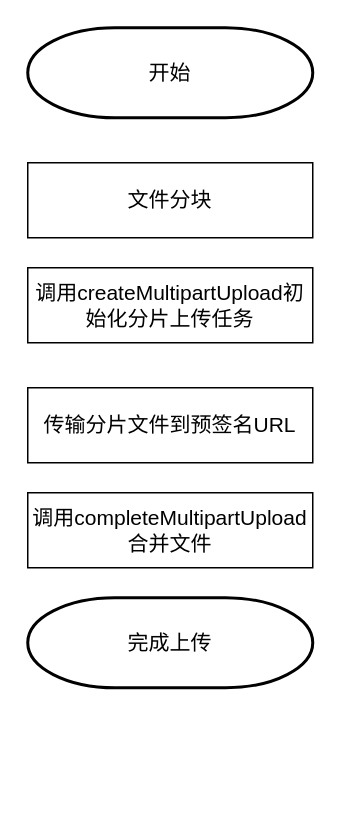
Above: 文件上传.drawio in daomengRen/graph (draw.io), before the change. Source tidied: cells renumbered, new cells numbered last; positions are measured from the earlier drawing's top-left corner, leaving out a move shared by most shapes. Both pictures are drawn from the tidied source at 150%, with x=0, y=0 at pixel (27, 27).
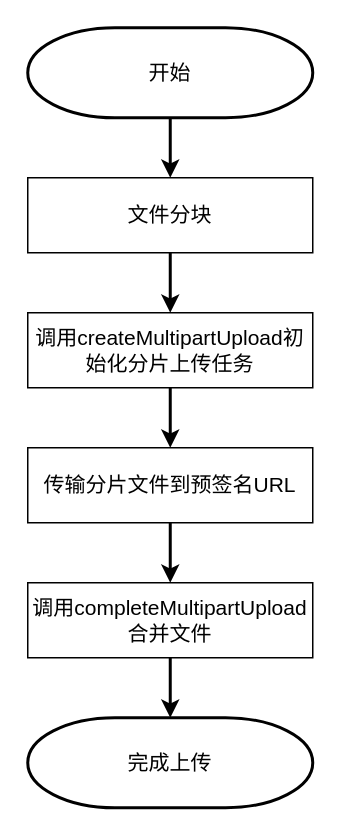
After the change.

Commit message (it also covers changes not shown here):
更新文件上传.drawio

Diff of the diagram source:
```diff
@@
 <mxGraphModel>
   <root>
     <mxCell id="0" />
     <mxCell id="1" parent="0" />
     <mxCell id="2" value="&lt;font style=&quot;font-size: 14px;&quot;&gt;文件分块&lt;/font&gt;" style="rounded=0;whiteSpace=wrap;html=1;" parent="1" vertex="1">
-      <mxGeometry y="90" width="190" height="50" as="geometry" />
+      <mxGeometry y="100" width="190" height="50" as="geometry" />
     </mxCell>
     <mxCell id="3" value="&lt;font style=&quot;font-size: 14px;&quot;&gt;调用createMultipartUpload初始化分片上传任务&lt;/font&gt;" style="rounded=0;whiteSpace=wrap;html=1;" parent="1" vertex="1">
-      <mxGeometry y="160" width="190" height="50" as="geometry" />
+      <mxGeometry y="190" width="190" height="50" as="geometry" />
     </mxCell>
     <mxCell id="4" value="&lt;span style=&quot;font-size: 14px;&quot;&gt;调用completeMultipartUpload合并文件&lt;/span&gt;" style="rounded=0;whiteSpace=wrap;html=1;" parent="1" vertex="1">
-      <mxGeometry y="310" width="190" height="50" as="geometry" />
+      <mxGeometry y="370" width="190" height="50" as="geometry" />
     </mxCell>
     <mxCell id="5" value="&lt;span style=&quot;font-size: 14px;&quot;&gt;传输分片文件到预签名URL&lt;/span&gt;" style="rounded=0;whiteSpace=wrap;html=1;" parent="1" vertex="1">
-      <mxGeometry y="240" width="190" height="50" as="geometry" />
+      <mxGeometry y="280" width="190" height="50" as="geometry" />
     </mxCell>
     <mxCell id="6" value="&lt;font style=&quot;font-size: 14px;&quot;&gt;完成上传&lt;/font&gt;" style="strokeWidth=2;html=1;shape=mxgraph.flowchart.terminator;whiteSpace=wrap;" parent="1" vertex="1">
-      <mxGeometry y="380" width="190" height="60" as="geometry" />
+      <mxGeometry y="460" width="190" height="60" as="geometry" />
     </mxCell>
     <mxCell id="7" value="&lt;font style=&quot;font-size: 14px;&quot;&gt;开始&lt;/font&gt;" style="strokeWidth=2;html=1;shape=mxgraph.flowchart.terminator;whiteSpace=wrap;" parent="1" vertex="1">
       <mxGeometry width="190" height="60" as="geometry" />
     </mxCell>
+    <mxCell id="8" style="endArrow=classic;html=1;rounded=0;exitX=0.5;exitY=1;exitDx=0;exitDy=0;exitPerimeter=0;entryX=0.5;entryY=0;entryDx=0;entryDy=0;strokeWidth=2;" parent="1" edge="1" source="7" target="2">
+      <mxGeometry relative="1" as="geometry" />
+    </mxCell>
+    <mxCell id="9" style="endArrow=classic;html=1;rounded=0;exitX=0.5;exitY=1;exitDx=0;exitDy=0;entryX=0.5;entryY=0;entryDx=0;entryDy=0;strokeWidth=2;" parent="1" edge="1" source="2" target="3">
+      <mxGeometry relative="1" as="geometry" />
+    </mxCell>
+    <mxCell id="10" style="endArrow=classic;html=1;rounded=0;exitX=0.5;exitY=1;exitDx=0;exitDy=0;entryX=0.5;entryY=0;entryDx=0;entryDy=0;strokeWidth=2;" parent="1" edge="1" source="3" target="5">
+      <mxGeometry relative="1" as="geometry" />
+    </mxCell>
+    <mxCell id="11" style="endArrow=classic;html=1;rounded=0;exitX=0.5;exitY=1;exitDx=0;exitDy=0;entryX=0.5;entryY=0;entryDx=0;entryDy=0;strokeWidth=2;" parent="1" edge="1" source="5" target="4">
+      <mxGeometry relative="1" as="geometry" />
+    </mxCell>
+    <mxCell id="12" style="endArrow=classic;html=1;rounded=0;exitX=0.5;exitY=1;exitDx=0;exitDy=0;entryX=0.5;entryY=0;entryDx=0;entryDy=0;strokeWidth=2;entryPerimeter=0;" parent="1" edge="1" source="4" target="6">
+      <mxGeometry relative="1" as="geometry" />
+    </mxCell>
   </root>
 </mxGraphModel>
```
